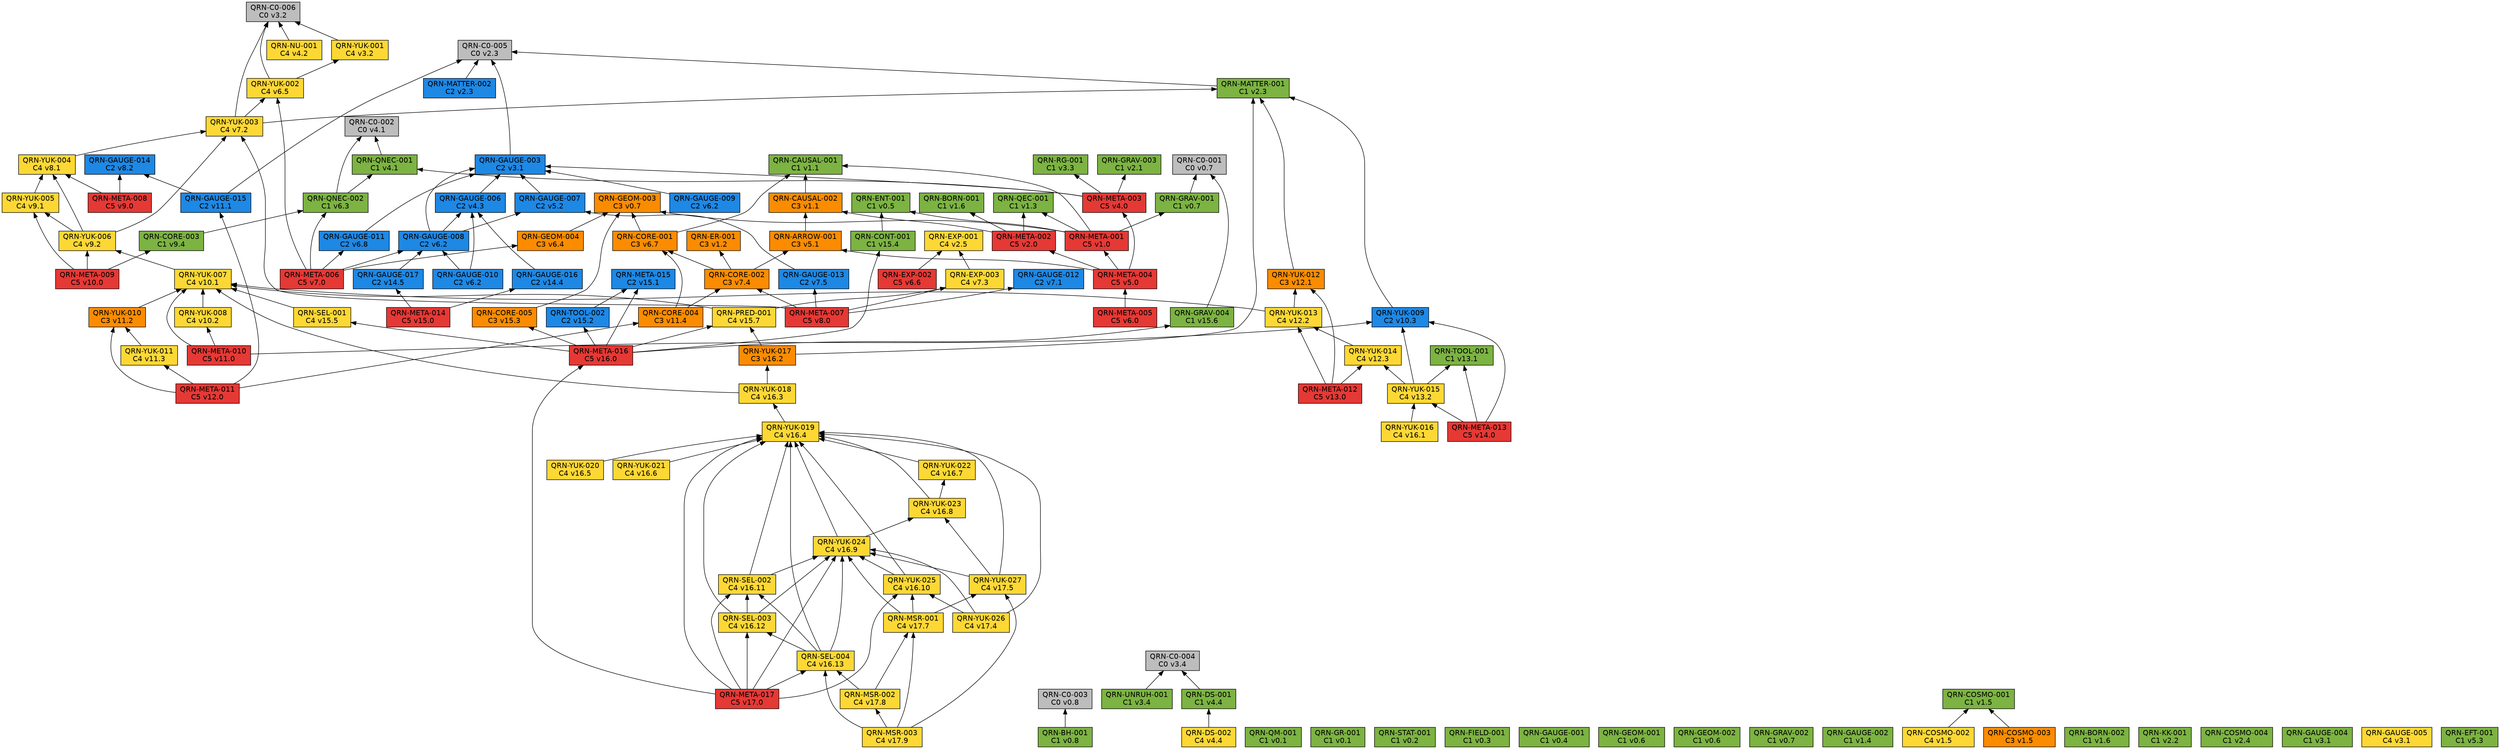
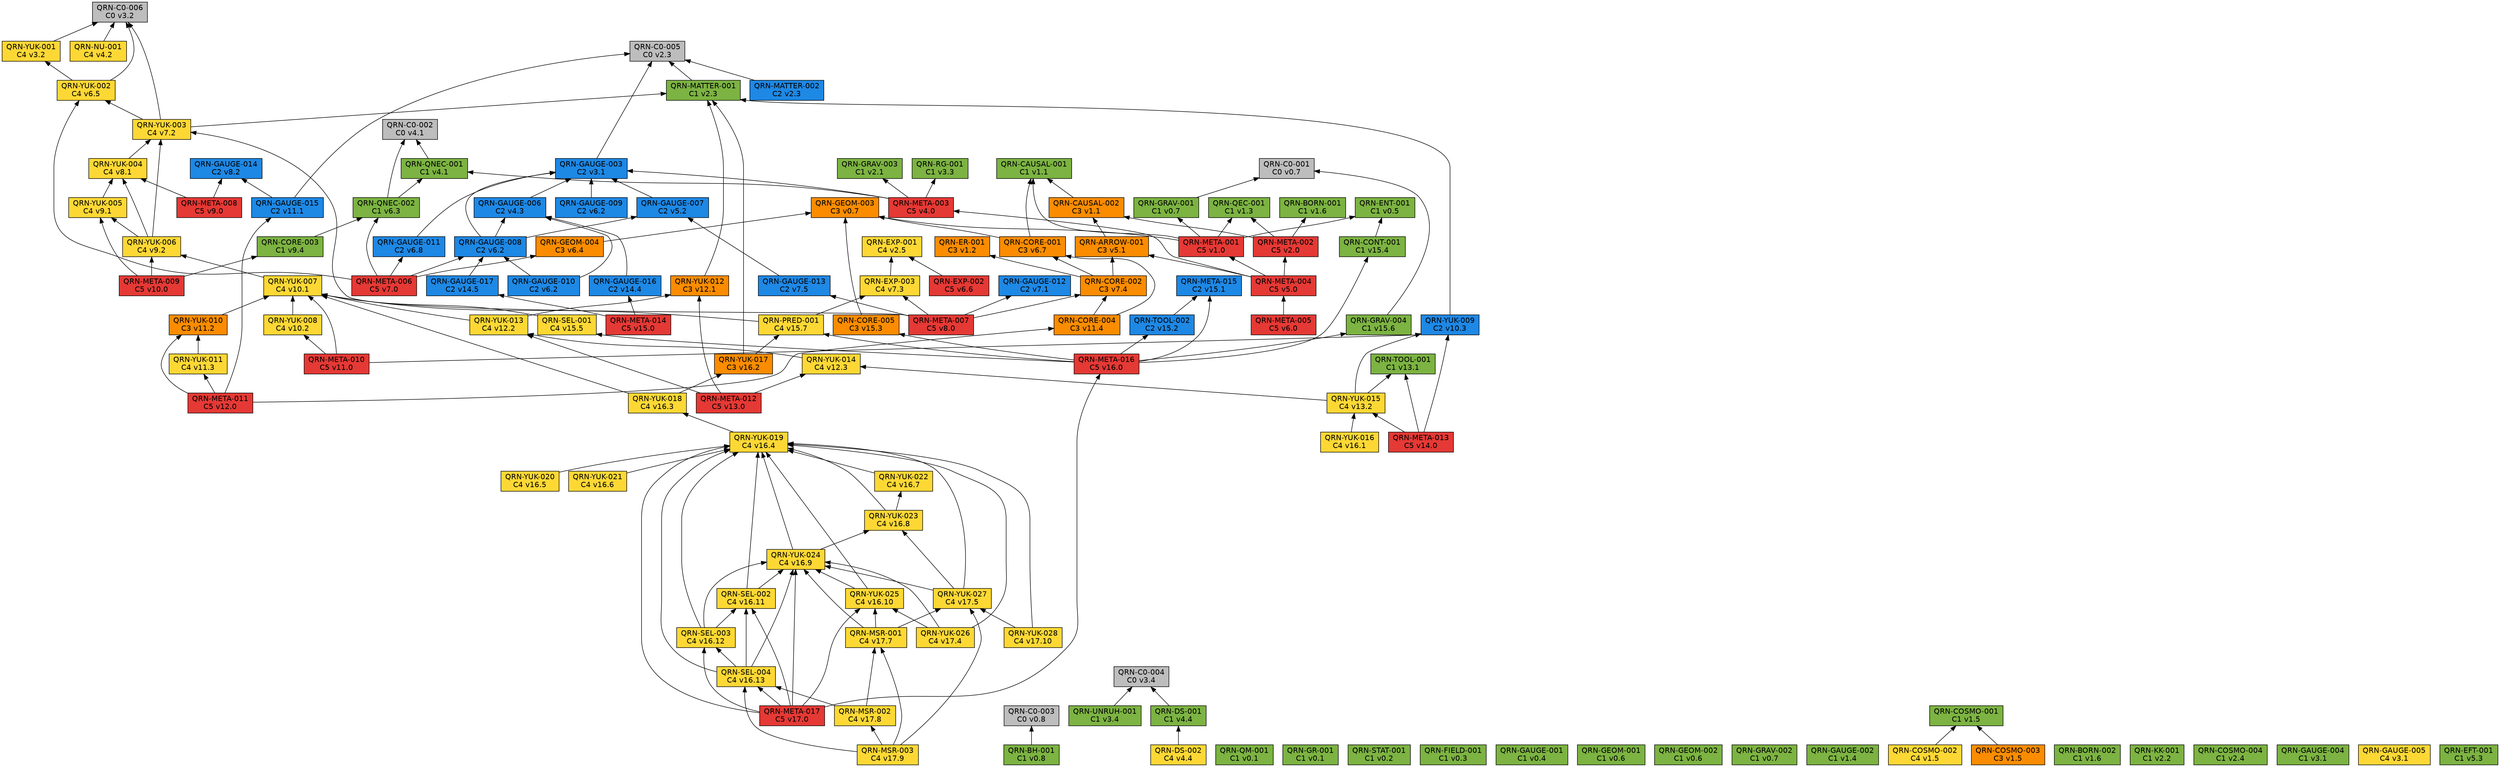
// 自動生成 (dag/report.pl) — QRN 主張依存グラフ
digraph qrn {
  rankdir=BT;
  node [shape=box, style=filled, fontname="Helvetica"];
  "QRN-C0-001" [fillcolor="#bdbdbd", label="QRN-C0-001\nC0 v0.7"];
  "QRN-C0-002" [fillcolor="#bdbdbd", label="QRN-C0-002\nC0 v4.1"];
  "QRN-C0-003" [fillcolor="#bdbdbd", label="QRN-C0-003\nC0 v0.8"];
  "QRN-C0-004" [fillcolor="#bdbdbd", label="QRN-C0-004\nC0 v3.4"];
  "QRN-C0-005" [fillcolor="#bdbdbd", label="QRN-C0-005\nC0 v2.3"];
  "QRN-C0-006" [fillcolor="#bdbdbd", label="QRN-C0-006\nC0 v3.2"];
  "QRN-QM-001" [fillcolor="#7cb342", label="QRN-QM-001\nC1 v0.1"];
  "QRN-GR-001" [fillcolor="#7cb342", label="QRN-GR-001\nC1 v0.1"];
  "QRN-STAT-001" [fillcolor="#7cb342", label="QRN-STAT-001\nC1 v0.2"];
  "QRN-FIELD-001" [fillcolor="#7cb342", label="QRN-FIELD-001\nC1 v0.3"];
  "QRN-GAUGE-001" [fillcolor="#7cb342", label="QRN-GAUGE-001\nC1 v0.4"];
  "QRN-ENT-001" [fillcolor="#7cb342", label="QRN-ENT-001\nC1 v0.5"];
  "QRN-GEOM-001" [fillcolor="#7cb342", label="QRN-GEOM-001\nC1 v0.6"];
  "QRN-GEOM-002" [fillcolor="#7cb342", label="QRN-GEOM-002\nC1 v0.6"];
  "QRN-GEOM-003" [fillcolor="#fb8c00", label="QRN-GEOM-003\nC3 v0.7"];
  "QRN-GRAV-001" [fillcolor="#7cb342", label="QRN-GRAV-001\nC1 v0.7"];
  "QRN-GRAV-002" [fillcolor="#7cb342", label="QRN-GRAV-002\nC1 v0.7"];
  "QRN-BH-001" [fillcolor="#7cb342", label="QRN-BH-001\nC1 v0.8"];
  "QRN-CAUSAL-001" [fillcolor="#7cb342", label="QRN-CAUSAL-001\nC1 v1.1"];
  "QRN-CAUSAL-002" [fillcolor="#fb8c00", label="QRN-CAUSAL-002\nC3 v1.1"];
  "QRN-ER-001" [fillcolor="#fb8c00", label="QRN-ER-001\nC3 v1.2"];
  "QRN-QEC-001" [fillcolor="#7cb342", label="QRN-QEC-001\nC1 v1.3"];
  "QRN-GAUGE-002" [fillcolor="#7cb342", label="QRN-GAUGE-002\nC1 v1.4"];
  "QRN-COSMO-001" [fillcolor="#7cb342", label="QRN-COSMO-001\nC1 v1.5"];
  "QRN-COSMO-002" [fillcolor="#fdd835", label="QRN-COSMO-002\nC4 v1.5"];
  "QRN-COSMO-003" [fillcolor="#fb8c00", label="QRN-COSMO-003\nC3 v1.5"];
  "QRN-BORN-001" [fillcolor="#7cb342", label="QRN-BORN-001\nC1 v1.6"];
  "QRN-BORN-002" [fillcolor="#7cb342", label="QRN-BORN-002\nC1 v1.6"];
  "QRN-GRAV-003" [fillcolor="#7cb342", label="QRN-GRAV-003\nC1 v2.1"];
  "QRN-KK-001" [fillcolor="#7cb342", label="QRN-KK-001\nC1 v2.2"];
  "QRN-MATTER-001" [fillcolor="#7cb342", label="QRN-MATTER-001\nC1 v2.3"];
  "QRN-MATTER-002" [fillcolor="#1e88e5", label="QRN-MATTER-002\nC2 v2.3"];
  "QRN-COSMO-004" [fillcolor="#7cb342", label="QRN-COSMO-004\nC1 v2.4"];
  "QRN-EXP-001" [fillcolor="#fdd835", label="QRN-EXP-001\nC4 v2.5"];
  "QRN-GAUGE-003" [fillcolor="#1e88e5", label="QRN-GAUGE-003\nC2 v3.1"];
  "QRN-GAUGE-004" [fillcolor="#7cb342", label="QRN-GAUGE-004\nC1 v3.1"];
  "QRN-GAUGE-005" [fillcolor="#fdd835", label="QRN-GAUGE-005\nC4 v3.1"];
  "QRN-YUK-001" [fillcolor="#fdd835", label="QRN-YUK-001\nC4 v3.2"];
  "QRN-RG-001" [fillcolor="#7cb342", label="QRN-RG-001\nC1 v3.3"];
  "QRN-UNRUH-001" [fillcolor="#7cb342", label="QRN-UNRUH-001\nC1 v3.4"];
  "QRN-QNEC-001" [fillcolor="#7cb342", label="QRN-QNEC-001\nC1 v4.1"];
  "QRN-NU-001" [fillcolor="#fdd835", label="QRN-NU-001\nC4 v4.2"];
  "QRN-GAUGE-006" [fillcolor="#1e88e5", label="QRN-GAUGE-006\nC2 v4.3"];
  "QRN-DS-001" [fillcolor="#7cb342", label="QRN-DS-001\nC1 v4.4"];
  "QRN-DS-002" [fillcolor="#fdd835", label="QRN-DS-002\nC4 v4.4"];
  "QRN-ARROW-001" [fillcolor="#fb8c00", label="QRN-ARROW-001\nC3 v5.1"];
  "QRN-GAUGE-007" [fillcolor="#1e88e5", label="QRN-GAUGE-007\nC2 v5.2"];
  "QRN-EFT-001" [fillcolor="#7cb342", label="QRN-EFT-001\nC1 v5.3"];
  "QRN-GAUGE-008" [fillcolor="#1e88e5", label="QRN-GAUGE-008\nC2 v6.2"];
  "QRN-GAUGE-009" [fillcolor="#1e88e5", label="QRN-GAUGE-009\nC2 v6.2"];
  "QRN-GAUGE-010" [fillcolor="#1e88e5", label="QRN-GAUGE-010\nC2 v6.2"];
  "QRN-QNEC-002" [fillcolor="#7cb342", label="QRN-QNEC-002\nC1 v6.3"];
  "QRN-GEOM-004" [fillcolor="#fb8c00", label="QRN-GEOM-004\nC3 v6.4"];
  "QRN-YUK-002" [fillcolor="#fdd835", label="QRN-YUK-002\nC4 v6.5"];
  "QRN-EXP-002" [fillcolor="#e53935", label="QRN-EXP-002\nC5 v6.6"];
  "QRN-CORE-001" [fillcolor="#fb8c00", label="QRN-CORE-001\nC3 v6.7"];
  "QRN-GAUGE-011" [fillcolor="#1e88e5", label="QRN-GAUGE-011\nC2 v6.8"];
  "QRN-GAUGE-012" [fillcolor="#1e88e5", label="QRN-GAUGE-012\nC2 v7.1"];
  "QRN-YUK-003" [fillcolor="#fdd835", label="QRN-YUK-003\nC4 v7.2"];
  "QRN-EXP-003" [fillcolor="#fdd835", label="QRN-EXP-003\nC4 v7.3"];
  "QRN-CORE-002" [fillcolor="#fb8c00", label="QRN-CORE-002\nC3 v7.4"];
  "QRN-GAUGE-013" [fillcolor="#1e88e5", label="QRN-GAUGE-013\nC2 v7.5"];
  "QRN-YUK-004" [fillcolor="#fdd835", label="QRN-YUK-004\nC4 v8.1"];
  "QRN-GAUGE-014" [fillcolor="#1e88e5", label="QRN-GAUGE-014\nC2 v8.2"];
  "QRN-META-001" [fillcolor="#e53935", label="QRN-META-001\nC5 v1.0"];
  "QRN-META-002" [fillcolor="#e53935", label="QRN-META-002\nC5 v2.0"];
  "QRN-META-003" [fillcolor="#e53935", label="QRN-META-003\nC5 v4.0"];
  "QRN-META-004" [fillcolor="#e53935", label="QRN-META-004\nC5 v5.0"];
  "QRN-META-005" [fillcolor="#e53935", label="QRN-META-005\nC5 v6.0"];
  "QRN-META-006" [fillcolor="#e53935", label="QRN-META-006\nC5 v7.0"];
  "QRN-META-007" [fillcolor="#e53935", label="QRN-META-007\nC5 v8.0"];
  "QRN-META-008" [fillcolor="#e53935", label="QRN-META-008\nC5 v9.0"];
  "QRN-YUK-005" [fillcolor="#fdd835", label="QRN-YUK-005\nC4 v9.1"];
  "QRN-YUK-006" [fillcolor="#fdd835", label="QRN-YUK-006\nC4 v9.2"];
  "QRN-CORE-003" [fillcolor="#7cb342", label="QRN-CORE-003\nC1 v9.4"];
  "QRN-META-009" [fillcolor="#e53935", label="QRN-META-009\nC5 v10.0"];
  "QRN-YUK-007" [fillcolor="#fdd835", label="QRN-YUK-007\nC4 v10.1"];
  "QRN-YUK-008" [fillcolor="#fdd835", label="QRN-YUK-008\nC4 v10.2"];
  "QRN-YUK-009" [fillcolor="#1e88e5", label="QRN-YUK-009\nC2 v10.3"];
  "QRN-META-010" [fillcolor="#e53935", label="QRN-META-010\nC5 v11.0"];
  "QRN-GAUGE-015" [fillcolor="#1e88e5", label="QRN-GAUGE-015\nC2 v11.1"];
  "QRN-YUK-010" [fillcolor="#fb8c00", label="QRN-YUK-010\nC3 v11.2"];
  "QRN-YUK-011" [fillcolor="#fdd835", label="QRN-YUK-011\nC4 v11.3"];
  "QRN-CORE-004" [fillcolor="#fb8c00", label="QRN-CORE-004\nC3 v11.4"];
  "QRN-META-011" [fillcolor="#e53935", label="QRN-META-011\nC5 v12.0"];
  "QRN-YUK-012" [fillcolor="#fb8c00", label="QRN-YUK-012\nC3 v12.1"];
  "QRN-YUK-013" [fillcolor="#fdd835", label="QRN-YUK-013\nC4 v12.2"];
  "QRN-YUK-014" [fillcolor="#fdd835", label="QRN-YUK-014\nC4 v12.3"];
  "QRN-META-012" [fillcolor="#e53935", label="QRN-META-012\nC5 v13.0"];
  "QRN-TOOL-001" [fillcolor="#7cb342", label="QRN-TOOL-001\nC1 v13.1"];
  "QRN-YUK-015" [fillcolor="#fdd835", label="QRN-YUK-015\nC4 v13.2"];
  "QRN-META-013" [fillcolor="#e53935", label="QRN-META-013\nC5 v14.0"];
  "QRN-GAUGE-016" [fillcolor="#1e88e5", label="QRN-GAUGE-016\nC2 v14.4"];
  "QRN-GAUGE-017" [fillcolor="#1e88e5", label="QRN-GAUGE-017\nC2 v14.5"];
  "QRN-META-014" [fillcolor="#e53935", label="QRN-META-014\nC5 v15.0"];
  "QRN-META-015" [fillcolor="#1e88e5", label="QRN-META-015\nC2 v15.1"];
  "QRN-TOOL-002" [fillcolor="#1e88e5", label="QRN-TOOL-002\nC2 v15.2"];
  "QRN-CORE-005" [fillcolor="#fb8c00", label="QRN-CORE-005\nC3 v15.3"];
  "QRN-CONT-001" [fillcolor="#7cb342", label="QRN-CONT-001\nC1 v15.4"];
  "QRN-SEL-001" [fillcolor="#fdd835", label="QRN-SEL-001\nC4 v15.5"];
  "QRN-GRAV-004" [fillcolor="#7cb342", label="QRN-GRAV-004\nC1 v15.6"];
  "QRN-PRED-001" [fillcolor="#fdd835", label="QRN-PRED-001\nC4 v15.7"];
  "QRN-META-016" [fillcolor="#e53935", label="QRN-META-016\nC5 v16.0"];
  "QRN-YUK-016" [fillcolor="#fdd835", label="QRN-YUK-016\nC4 v16.1"];
  "QRN-YUK-017" [fillcolor="#fb8c00", label="QRN-YUK-017\nC3 v16.2"];
  "QRN-YUK-018" [fillcolor="#fdd835", label="QRN-YUK-018\nC4 v16.3"];
  "QRN-YUK-019" [fillcolor="#fdd835", label="QRN-YUK-019\nC4 v16.4"];
  "QRN-YUK-020" [fillcolor="#fdd835", label="QRN-YUK-020\nC4 v16.5"];
  "QRN-YUK-021" [fillcolor="#fdd835", label="QRN-YUK-021\nC4 v16.6"];
  "QRN-YUK-022" [fillcolor="#fdd835", label="QRN-YUK-022\nC4 v16.7"];
  "QRN-YUK-023" [fillcolor="#fdd835", label="QRN-YUK-023\nC4 v16.8"];
  "QRN-YUK-024" [fillcolor="#fdd835", label="QRN-YUK-024\nC4 v16.9"];
  "QRN-YUK-025" [fillcolor="#fdd835", label="QRN-YUK-025\nC4 v16.10"];
  "QRN-SEL-002" [fillcolor="#fdd835", label="QRN-SEL-002\nC4 v16.11"];
  "QRN-SEL-003" [fillcolor="#fdd835", label="QRN-SEL-003\nC4 v16.12"];
  "QRN-SEL-004" [fillcolor="#fdd835", label="QRN-SEL-004\nC4 v16.13"];
  "QRN-META-017" [fillcolor="#e53935", label="QRN-META-017\nC5 v17.0"];
  "QRN-YUK-026" [fillcolor="#fdd835", label="QRN-YUK-026\nC4 v17.4"];
  "QRN-YUK-027" [fillcolor="#fdd835", label="QRN-YUK-027\nC4 v17.5"];
  "QRN-MSR-001" [fillcolor="#fdd835", label="QRN-MSR-001\nC4 v17.7"];
  "QRN-MSR-002" [fillcolor="#fdd835", label="QRN-MSR-002\nC4 v17.8"];
  "QRN-MSR-003" [fillcolor="#fdd835", label="QRN-MSR-003\nC4 v17.9"];
+   "QRN-YUK-028" [fillcolor="#fdd835", label="QRN-YUK-028\nC4 v17.10"];
  "QRN-GRAV-001" -> "QRN-C0-001";
  "QRN-BH-001" -> "QRN-C0-003";
  "QRN-CAUSAL-002" -> "QRN-CAUSAL-001";
  "QRN-COSMO-002" -> "QRN-COSMO-001";
  "QRN-COSMO-003" -> "QRN-COSMO-001";
  "QRN-MATTER-001" -> "QRN-C0-005";
  "QRN-MATTER-002" -> "QRN-C0-005";
  "QRN-GAUGE-003" -> "QRN-C0-005";
  "QRN-YUK-001" -> "QRN-C0-006";
  "QRN-UNRUH-001" -> "QRN-C0-004";
  "QRN-QNEC-001" -> "QRN-C0-002";
  "QRN-NU-001" -> "QRN-C0-006";
  "QRN-GAUGE-006" -> "QRN-GAUGE-003";
  "QRN-DS-001" -> "QRN-C0-004";
  "QRN-DS-002" -> "QRN-DS-001";
  "QRN-ARROW-001" -> "QRN-CAUSAL-002";
  "QRN-GAUGE-007" -> "QRN-GAUGE-003";
  "QRN-GAUGE-008" -> "QRN-GAUGE-003";
  "QRN-GAUGE-008" -> "QRN-GAUGE-006";
  "QRN-GAUGE-008" -> "QRN-GAUGE-007";
  "QRN-GAUGE-009" -> "QRN-GAUGE-003";
  "QRN-GAUGE-010" -> "QRN-GAUGE-006";
  "QRN-GAUGE-010" -> "QRN-GAUGE-008";
  "QRN-QNEC-002" -> "QRN-C0-002";
  "QRN-QNEC-002" -> "QRN-QNEC-001";
  "QRN-GEOM-004" -> "QRN-GEOM-003";
  "QRN-YUK-002" -> "QRN-C0-006";
  "QRN-YUK-002" -> "QRN-YUK-001";
  "QRN-EXP-002" -> "QRN-EXP-001";
  "QRN-CORE-001" -> "QRN-GEOM-003";
  "QRN-CORE-001" -> "QRN-CAUSAL-001";
  "QRN-GAUGE-011" -> "QRN-GAUGE-003";
  "QRN-YUK-003" -> "QRN-C0-006";
  "QRN-YUK-003" -> "QRN-MATTER-001";
  "QRN-YUK-003" -> "QRN-YUK-002";
  "QRN-EXP-003" -> "QRN-EXP-001";
  "QRN-CORE-002" -> "QRN-CORE-001";
  "QRN-CORE-002" -> "QRN-ER-001";
  "QRN-CORE-002" -> "QRN-ARROW-001";
  "QRN-GAUGE-013" -> "QRN-GAUGE-007";
  "QRN-YUK-004" -> "QRN-YUK-003";
  "QRN-META-001" -> "QRN-GEOM-003";
  "QRN-META-001" -> "QRN-GRAV-001";
  "QRN-META-001" -> "QRN-CAUSAL-001";
  "QRN-META-001" -> "QRN-QEC-001";
  "QRN-META-001" -> "QRN-ENT-001";
  "QRN-META-002" -> "QRN-QEC-001";
  "QRN-META-002" -> "QRN-BORN-001";
  "QRN-META-002" -> "QRN-CAUSAL-002";
  "QRN-META-003" -> "QRN-GAUGE-003";
  "QRN-META-003" -> "QRN-RG-001";
  "QRN-META-003" -> "QRN-QNEC-001";
  "QRN-META-003" -> "QRN-GRAV-003";
  "QRN-META-004" -> "QRN-META-001";
  "QRN-META-004" -> "QRN-META-002";
  "QRN-META-004" -> "QRN-META-003";
  "QRN-META-004" -> "QRN-ARROW-001";
  "QRN-META-005" -> "QRN-META-004";
  "QRN-META-006" -> "QRN-GAUGE-008";
  "QRN-META-006" -> "QRN-QNEC-002";
  "QRN-META-006" -> "QRN-GEOM-004";
  "QRN-META-006" -> "QRN-YUK-002";
  "QRN-META-006" -> "QRN-GAUGE-011";
  "QRN-META-007" -> "QRN-GAUGE-012";
  "QRN-META-007" -> "QRN-YUK-003";
  "QRN-META-007" -> "QRN-EXP-003";
  "QRN-META-007" -> "QRN-CORE-002";
  "QRN-META-007" -> "QRN-GAUGE-013";
  "QRN-META-008" -> "QRN-YUK-004";
  "QRN-META-008" -> "QRN-GAUGE-014";
  "QRN-YUK-005" -> "QRN-YUK-004";
  "QRN-YUK-006" -> "QRN-YUK-003";
  "QRN-YUK-006" -> "QRN-YUK-004";
  "QRN-YUK-006" -> "QRN-YUK-005";
  "QRN-CORE-003" -> "QRN-QNEC-002";
  "QRN-META-009" -> "QRN-YUK-005";
  "QRN-META-009" -> "QRN-YUK-006";
  "QRN-META-009" -> "QRN-CORE-003";
  "QRN-YUK-007" -> "QRN-YUK-006";
  "QRN-YUK-008" -> "QRN-YUK-007";
  "QRN-YUK-009" -> "QRN-MATTER-001";
  "QRN-META-010" -> "QRN-YUK-007";
  "QRN-META-010" -> "QRN-YUK-008";
  "QRN-META-010" -> "QRN-YUK-009";
  "QRN-GAUGE-015" -> "QRN-C0-005";
  "QRN-GAUGE-015" -> "QRN-GAUGE-014";
  "QRN-YUK-010" -> "QRN-YUK-007";
  "QRN-YUK-011" -> "QRN-YUK-010";
  "QRN-CORE-004" -> "QRN-CORE-001";
  "QRN-CORE-004" -> "QRN-CORE-002";
  "QRN-META-011" -> "QRN-GAUGE-015";
  "QRN-META-011" -> "QRN-YUK-010";
  "QRN-META-011" -> "QRN-YUK-011";
  "QRN-META-011" -> "QRN-CORE-004";
  "QRN-YUK-012" -> "QRN-MATTER-001";
  "QRN-YUK-013" -> "QRN-YUK-012";
  "QRN-YUK-013" -> "QRN-YUK-007";
  "QRN-YUK-014" -> "QRN-YUK-013";
  "QRN-META-012" -> "QRN-YUK-012";
  "QRN-META-012" -> "QRN-YUK-013";
  "QRN-META-012" -> "QRN-YUK-014";
  "QRN-YUK-015" -> "QRN-YUK-014";
  "QRN-YUK-015" -> "QRN-TOOL-001";
  "QRN-YUK-015" -> "QRN-YUK-009";
  "QRN-META-013" -> "QRN-YUK-015";
  "QRN-META-013" -> "QRN-TOOL-001";
  "QRN-META-013" -> "QRN-YUK-009";
  "QRN-GAUGE-016" -> "QRN-GAUGE-006";
  "QRN-GAUGE-017" -> "QRN-GAUGE-008";
  "QRN-META-014" -> "QRN-GAUGE-016";
  "QRN-META-014" -> "QRN-GAUGE-017";
  "QRN-TOOL-002" -> "QRN-META-015";
  "QRN-CORE-005" -> "QRN-GEOM-003";
  "QRN-CONT-001" -> "QRN-ENT-001";
  "QRN-SEL-001" -> "QRN-YUK-007";
  "QRN-GRAV-004" -> "QRN-C0-001";
  "QRN-PRED-001" -> "QRN-YUK-007";
  "QRN-PRED-001" -> "QRN-EXP-003";
  "QRN-META-016" -> "QRN-META-015";
  "QRN-META-016" -> "QRN-TOOL-002";
  "QRN-META-016" -> "QRN-CORE-005";
  "QRN-META-016" -> "QRN-CONT-001";
  "QRN-META-016" -> "QRN-SEL-001";
  "QRN-META-016" -> "QRN-GRAV-004";
  "QRN-META-016" -> "QRN-PRED-001";
  "QRN-YUK-016" -> "QRN-YUK-015";
  "QRN-YUK-017" -> "QRN-MATTER-001";
  "QRN-YUK-017" -> "QRN-PRED-001";
  "QRN-YUK-018" -> "QRN-YUK-017";
  "QRN-YUK-018" -> "QRN-YUK-007";
  "QRN-YUK-019" -> "QRN-YUK-018";
  "QRN-YUK-020" -> "QRN-YUK-019";
  "QRN-YUK-021" -> "QRN-YUK-019";
  "QRN-YUK-022" -> "QRN-YUK-019";
  "QRN-YUK-023" -> "QRN-YUK-019";
  "QRN-YUK-023" -> "QRN-YUK-022";
  "QRN-YUK-024" -> "QRN-YUK-019";
  "QRN-YUK-024" -> "QRN-YUK-023";
  "QRN-YUK-025" -> "QRN-YUK-019";
  "QRN-YUK-025" -> "QRN-YUK-024";
  "QRN-SEL-002" -> "QRN-YUK-019";
  "QRN-SEL-002" -> "QRN-YUK-024";
  "QRN-SEL-003" -> "QRN-YUK-019";
  "QRN-SEL-003" -> "QRN-YUK-024";
  "QRN-SEL-003" -> "QRN-SEL-002";
  "QRN-SEL-004" -> "QRN-YUK-019";
  "QRN-SEL-004" -> "QRN-YUK-024";
  "QRN-SEL-004" -> "QRN-SEL-002";
  "QRN-SEL-004" -> "QRN-SEL-003";
  "QRN-META-017" -> "QRN-META-016";
  "QRN-META-017" -> "QRN-YUK-019";
  "QRN-META-017" -> "QRN-YUK-024";
  "QRN-META-017" -> "QRN-YUK-025";
  "QRN-META-017" -> "QRN-SEL-002";
  "QRN-META-017" -> "QRN-SEL-003";
  "QRN-META-017" -> "QRN-SEL-004";
  "QRN-YUK-026" -> "QRN-YUK-019";
  "QRN-YUK-026" -> "QRN-YUK-024";
  "QRN-YUK-026" -> "QRN-YUK-025";
  "QRN-YUK-027" -> "QRN-YUK-019";
  "QRN-YUK-027" -> "QRN-YUK-023";
  "QRN-YUK-027" -> "QRN-YUK-024";
  "QRN-MSR-001" -> "QRN-YUK-024";
  "QRN-MSR-001" -> "QRN-YUK-025";
  "QRN-MSR-001" -> "QRN-YUK-027";
  "QRN-MSR-002" -> "QRN-SEL-004";
  "QRN-MSR-002" -> "QRN-MSR-001";
  "QRN-MSR-003" -> "QRN-MSR-001";
  "QRN-MSR-003" -> "QRN-MSR-002";
  "QRN-MSR-003" -> "QRN-SEL-004";
  "QRN-MSR-003" -> "QRN-YUK-027";
+   "QRN-YUK-028" -> "QRN-YUK-019";
+   "QRN-YUK-028" -> "QRN-YUK-027";
}
